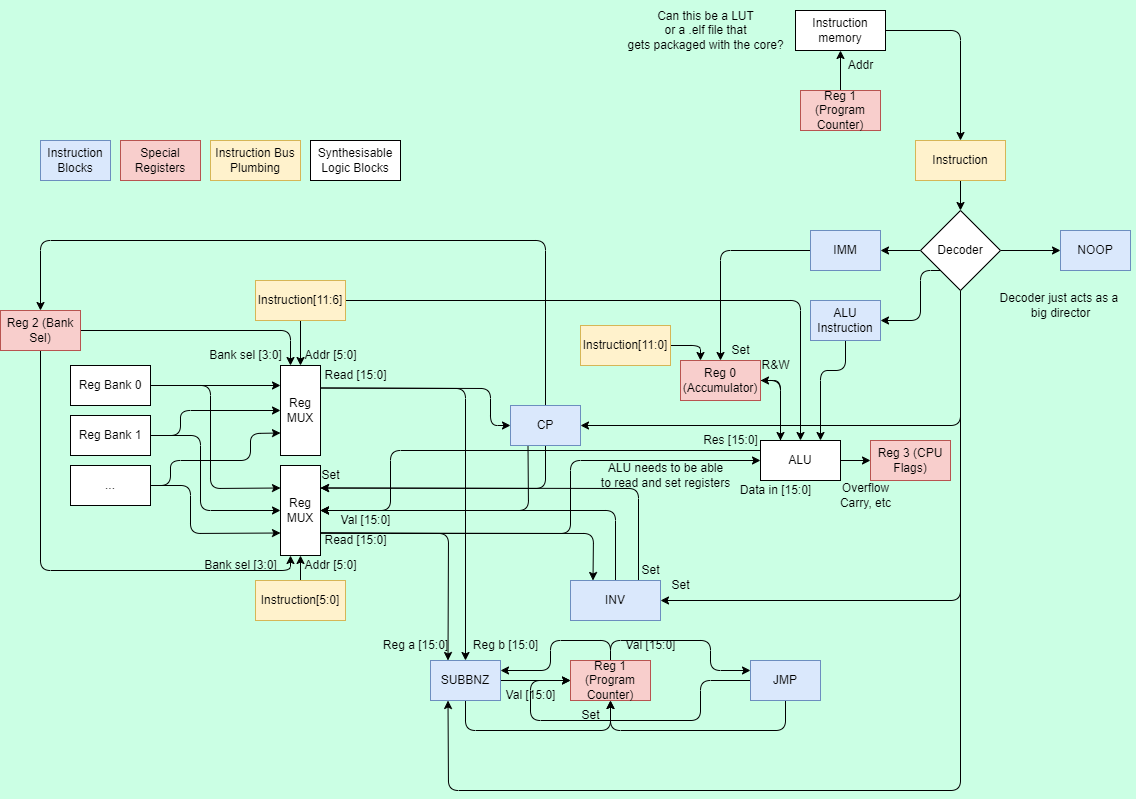
The draw.io diagram architecture.drawio.png in coding-beagle/TeagueProcessingUnit, before a commit. Source tidied: cells renumbered, new cells last; positions are measured from the earlier drawing's top-left corner, leaving out a move shared by most shapes.
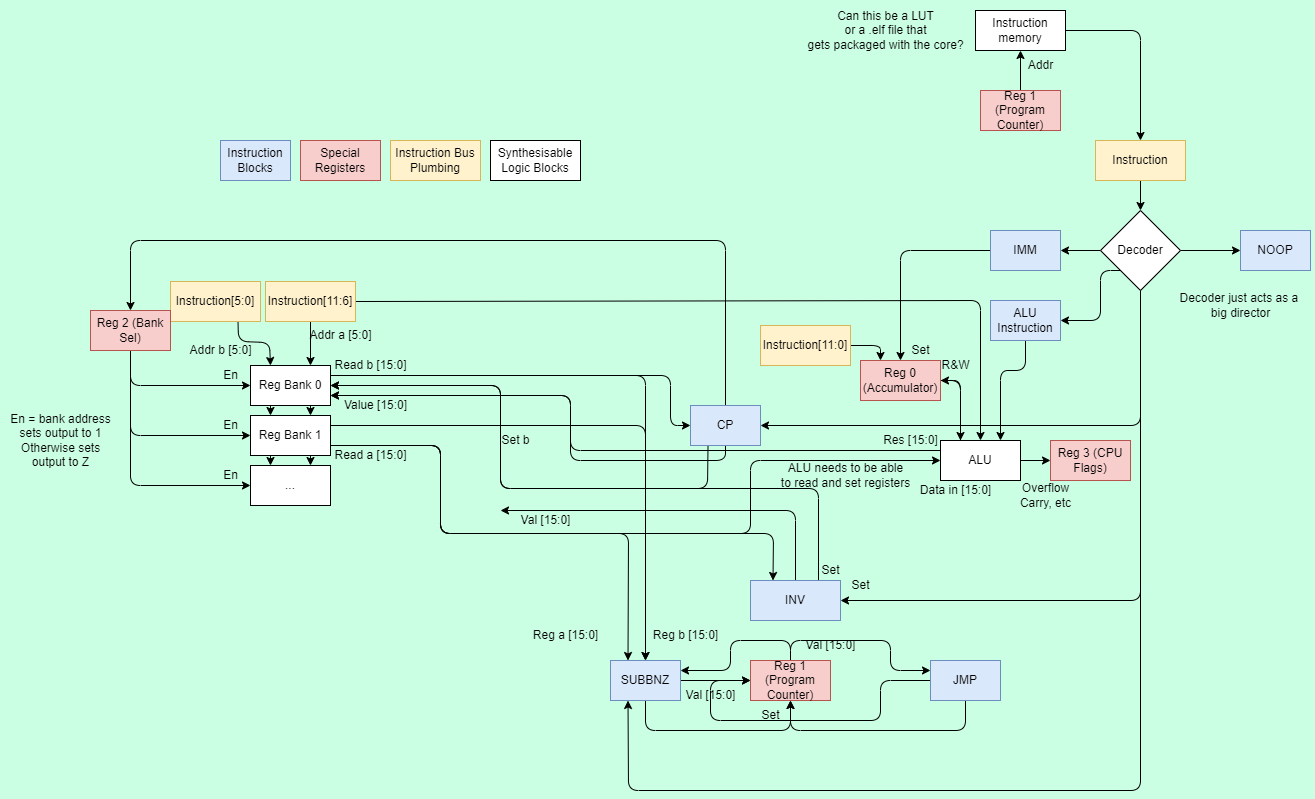
After the change.

Commit message:
update architecture to get rid of muxs

Change to the diagram source:
```diff
@@ -11,3 +11,3 @@
     </mxCell>
-    <mxCell id="3" style="edgeStyle=none;html=1;exitX=0;exitY=0.25;exitDx=0;exitDy=0;entryX=1;entryY=0.5;entryDx=0;entryDy=0;" parent="1" edge="1" source="5" target="20">
+    <mxCell id="3" style="edgeStyle=none;html=1;exitX=0;exitY=0.25;exitDx=0;exitDy=0;entryX=1;entryY=0.75;entryDx=0;entryDy=0;" parent="1" edge="1" source="5" target="10">
       <mxGeometry relative="1" as="geometry">
@@ -15,3 +15,3 @@
           <mxPoint x="390" y="450" />
-          <mxPoint x="390" y="510" />
+          <mxPoint x="390" y="395" />
         </Array>
@@ -25,6 +25,6 @@
     </mxCell>
-    <mxCell id="6" style="edgeStyle=none;html=1;exitX=1;exitY=0.25;exitDx=0;exitDy=0;entryX=0;entryY=0.5;entryDx=0;entryDy=0;" parent="1" edge="1" source="8" target="47">
+    <mxCell id="6" style="edgeStyle=none;html=1;exitX=1;exitY=0.25;exitDx=0;exitDy=0;entryX=0;entryY=0.5;entryDx=0;entryDy=0;" parent="1" edge="1" source="10" target="47">
       <mxGeometry relative="1" as="geometry">
         <Array as="points">
-          <mxPoint x="490" y="388" />
+          <mxPoint x="490" y="375" />
           <mxPoint x="490" y="425" />
@@ -33,6 +33,6 @@
     </mxCell>
-    <mxCell id="7" style="edgeStyle=none;html=1;exitX=1;exitY=0.25;exitDx=0;exitDy=0;entryX=0.5;entryY=0;entryDx=0;entryDy=0;" parent="1" edge="1" source="8" target="74">
+    <mxCell id="7" style="edgeStyle=none;html=1;exitX=1;exitY=0.25;exitDx=0;exitDy=0;entryX=0.5;entryY=0;entryDx=0;entryDy=0;" parent="1" edge="1" source="10" target="74">
       <mxGeometry relative="1" as="geometry">
         <Array as="points">
-          <mxPoint x="465" y="388" />
+          <mxPoint x="465" y="375" />
         </Array>
@@ -40,13 +40,8 @@
     </mxCell>
-    <mxCell id="8" value="Reg MUX" style="whiteSpace=wrap;html=1;" parent="1" vertex="1">
-      <mxGeometry x="280" y="365" width="40" height="90" as="geometry" />
-    </mxCell>
-    <mxCell id="9" style="edgeStyle=none;html=1;exitX=1;exitY=0.5;exitDx=0;exitDy=0;entryX=0;entryY=0.25;entryDx=0;entryDy=0;" parent="1" edge="1" source="10" target="20">
-      <mxGeometry relative="1" as="geometry">
-        <Array as="points">
-          <mxPoint x="210" y="385" />
-          <mxPoint x="210" y="488" />
-        </Array>
-      </mxGeometry>
-    </mxCell>
+    <mxCell id="98" style="edgeStyle=none;html=1;exitX=0.25;exitY=1;exitDx=0;exitDy=0;entryX=0.25;entryY=0;entryDx=0;entryDy=0;" parent="1" edge="1" source="10" target="13">
+      <mxGeometry relative="1" as="geometry" />
+    </mxCell>
+    <mxCell id="99" style="edgeStyle=none;html=1;exitX=0.75;exitY=1;exitDx=0;exitDy=0;entryX=0.75;entryY=0;entryDx=0;entryDy=0;" parent="1" edge="1" source="10" target="13">
+      <mxGeometry relative="1" as="geometry" />
+    </mxCell>
     <mxCell id="10" value="Reg Bank 0" style="whiteSpace=wrap;html=1;" parent="1" vertex="1">
@@ -54,18 +49,15 @@
     </mxCell>
-    <mxCell id="11" style="edgeStyle=none;html=1;exitX=1;exitY=0.5;exitDx=0;exitDy=0;entryX=0;entryY=0.5;entryDx=0;entryDy=0;" parent="1" edge="1" source="13" target="8">
-      <mxGeometry relative="1" as="geometry">
-        <Array as="points">
-          <mxPoint x="180" y="435" />
-          <mxPoint x="180" y="410" />
-        </Array>
-      </mxGeometry>
-    </mxCell>
-    <mxCell id="12" style="edgeStyle=none;html=1;exitX=1;exitY=0.5;exitDx=0;exitDy=0;entryX=0;entryY=0.5;entryDx=0;entryDy=0;" parent="1" edge="1" source="13" target="20">
-      <mxGeometry relative="1" as="geometry">
-        <Array as="points">
-          <mxPoint x="200" y="435" />
-          <mxPoint x="200" y="510" />
-        </Array>
-      </mxGeometry>
-    </mxCell>
+    <mxCell id="100" style="edgeStyle=none;html=1;exitX=0.25;exitY=1;exitDx=0;exitDy=0;entryX=0.25;entryY=0;entryDx=0;entryDy=0;" parent="1" edge="1" source="13" target="16">
+      <mxGeometry relative="1" as="geometry" />
+    </mxCell>
+    <mxCell id="101" style="edgeStyle=none;html=1;exitX=0.75;exitY=1;exitDx=0;exitDy=0;entryX=0.75;entryY=0;entryDx=0;entryDy=0;" parent="1" edge="1" source="13" target="16">
+      <mxGeometry relative="1" as="geometry" />
+    </mxCell>
+    <mxCell id="102" style="edgeStyle=none;html=1;exitX=1;exitY=0.25;exitDx=0;exitDy=0;entryX=0.5;entryY=0;entryDx=0;entryDy=0;" parent="1" edge="1" source="13" target="74">
+      <mxGeometry relative="1" as="geometry">
+        <Array as="points">
+          <mxPoint x="465" y="425" />
+        </Array>
+      </mxGeometry>
+    </mxCell>
     <mxCell id="13" value="Reg Bank 1" style="whiteSpace=wrap;html=1;" parent="1" vertex="1">
@@ -73,20 +65,2 @@
     </mxCell>
-    <mxCell id="14" style="edgeStyle=none;html=1;exitX=1;exitY=0.5;exitDx=0;exitDy=0;entryX=0;entryY=0.75;entryDx=0;entryDy=0;" parent="1" edge="1" source="16" target="8">
-      <mxGeometry relative="1" as="geometry">
-        <Array as="points">
-          <mxPoint x="170" y="485" />
-          <mxPoint x="170" y="460" />
-          <mxPoint x="250" y="460" />
-          <mxPoint x="250" y="433" />
-        </Array>
-      </mxGeometry>
-    </mxCell>
-    <mxCell id="15" style="edgeStyle=none;html=1;exitX=1;exitY=0.5;exitDx=0;exitDy=0;entryX=0;entryY=0.75;entryDx=0;entryDy=0;" parent="1" edge="1" source="16" target="20">
-      <mxGeometry relative="1" as="geometry">
-        <Array as="points">
-          <mxPoint x="190" y="485" />
-          <mxPoint x="190" y="533" />
-        </Array>
-      </mxGeometry>
-    </mxCell>
     <mxCell id="16" value="..." style="whiteSpace=wrap;html=1;" parent="1" vertex="1">
@@ -94,6 +68,7 @@
     </mxCell>
-    <mxCell id="17" style="edgeStyle=none;html=1;exitX=1;exitY=0.75;exitDx=0;exitDy=0;entryX=0;entryY=0.5;entryDx=0;entryDy=0;" parent="1" edge="1" source="20" target="5">
+    <mxCell id="17" style="edgeStyle=none;html=1;entryX=0;entryY=0.5;entryDx=0;entryDy=0;exitX=1;exitY=0.75;exitDx=0;exitDy=0;" parent="1" edge="1" source="13" target="5">
       <mxGeometry relative="1" as="geometry">
         <Array as="points">
-          <mxPoint x="390" y="533" />
+          <mxPoint x="260" y="445" />
+          <mxPoint x="260" y="533" />
           <mxPoint x="570" y="533" />
@@ -103,5 +78,7 @@
     </mxCell>
-    <mxCell id="18" style="edgeStyle=none;html=1;exitX=1;exitY=0.75;exitDx=0;exitDy=0;entryX=0.25;entryY=0;entryDx=0;entryDy=0;" parent="1" edge="1" source="20" target="56">
+    <mxCell id="18" style="edgeStyle=none;html=1;exitX=1;exitY=0.75;exitDx=0;exitDy=0;entryX=0.25;entryY=0;entryDx=0;entryDy=0;" parent="1" edge="1" source="13" target="56">
       <mxGeometry relative="1" as="geometry">
         <Array as="points">
+          <mxPoint x="260" y="445" />
+          <mxPoint x="260" y="533" />
           <mxPoint x="593" y="533" />
@@ -110,5 +87,7 @@
     </mxCell>
-    <mxCell id="19" style="edgeStyle=none;html=1;exitX=1;exitY=0.75;exitDx=0;exitDy=0;entryX=0.25;entryY=0;entryDx=0;entryDy=0;" parent="1" edge="1" source="20" target="74">
+    <mxCell id="19" style="edgeStyle=none;html=1;entryX=0.25;entryY=0;entryDx=0;entryDy=0;exitX=1;exitY=0.75;exitDx=0;exitDy=0;" parent="1" edge="1" source="13" target="74">
       <mxGeometry relative="1" as="geometry">
         <Array as="points">
+          <mxPoint x="260" y="445" />
+          <mxPoint x="260" y="533" />
           <mxPoint x="448" y="533" />
@@ -117,11 +96,3 @@
     </mxCell>
-    <mxCell id="20" value="Reg MUX" style="whiteSpace=wrap;html=1;" parent="1" vertex="1">
-      <mxGeometry x="280" y="465" width="40" height="90" as="geometry" />
-    </mxCell>
-    <mxCell id="21" style="edgeStyle=none;html=1;exitX=1;exitY=0.5;exitDx=0;exitDy=0;" parent="1" edge="1" source="10">
-      <mxGeometry relative="1" as="geometry">
-        <mxPoint x="280" y="385" as="targetPoint" />
-      </mxGeometry>
-    </mxCell>
-    <mxCell id="22" style="edgeStyle=none;html=1;exitX=0.5;exitY=1;exitDx=0;exitDy=0;entryX=0.5;entryY=0;entryDx=0;entryDy=0;" parent="1" edge="1" source="24" target="8">
+    <mxCell id="22" style="edgeStyle=none;html=1;exitX=0.5;exitY=1;exitDx=0;exitDy=0;entryX=0.75;entryY=0;entryDx=0;entryDy=0;" parent="1" edge="1" source="24" target="10">
       <mxGeometry relative="1" as="geometry" />
@@ -136,9 +107,14 @@
     <mxCell id="24" value="Instruction[11:6]" style="whiteSpace=wrap;html=1;fillColor=#fff2cc;strokeColor=#d6b656;" parent="1" vertex="1">
-      <mxGeometry x="255" y="280" width="90" height="40" as="geometry" />
+      <mxGeometry x="85" y="281" width="90" height="40" as="geometry" />
     </mxCell>
-    <mxCell id="25" style="edgeStyle=none;html=1;exitX=0.5;exitY=0;exitDx=0;exitDy=0;entryX=0.5;entryY=1;entryDx=0;entryDy=0;" parent="1" edge="1" source="26" target="20">
-      <mxGeometry relative="1" as="geometry" />
+    <mxCell id="25" style="edgeStyle=none;html=1;exitX=0.75;exitY=1;exitDx=0;exitDy=0;entryX=0.25;entryY=0;entryDx=0;entryDy=0;" parent="1" edge="1" source="26" target="10">
+      <mxGeometry relative="1" as="geometry">
+        <Array as="points">
+          <mxPoint x="58" y="341" />
+          <mxPoint x="89" y="342" />
+        </Array>
+      </mxGeometry>
     </mxCell>
     <mxCell id="26" value="Instruction[5:0]" style="whiteSpace=wrap;html=1;fillColor=#fff2cc;strokeColor=#d6b656;" parent="1" vertex="1">
-      <mxGeometry x="255" y="580" width="90" height="40" as="geometry" />
+      <mxGeometry x="-10" y="281" width="90" height="40" as="geometry" />
     </mxCell>
@@ -225,6 +201,8 @@
     </mxCell>
-    <mxCell id="44" style="edgeStyle=none;html=1;exitX=0.25;exitY=1;exitDx=0;exitDy=0;entryX=1;entryY=0.5;entryDx=0;entryDy=0;" parent="1" edge="1" source="47" target="20">
+    <mxCell id="44" style="edgeStyle=none;html=1;exitX=0.25;exitY=1;exitDx=0;exitDy=0;entryX=1;entryY=0.5;entryDx=0;entryDy=0;" parent="1" edge="1" source="47" target="10">
       <mxGeometry relative="1" as="geometry">
         <Array as="points">
-          <mxPoint x="528" y="510" />
+          <mxPoint x="527" y="488" />
+          <mxPoint x="320" y="488" />
+          <mxPoint x="320" y="385" />
         </Array>
@@ -236,3 +214,3 @@
           <mxPoint x="545" y="240" />
-          <mxPoint x="40" y="240" />
+          <mxPoint x="-50" y="240" />
         </Array>
@@ -240,6 +218,8 @@
     </mxCell>
-    <mxCell id="46" style="edgeStyle=none;html=1;exitX=0.5;exitY=1;exitDx=0;exitDy=0;entryX=1;entryY=0.25;entryDx=0;entryDy=0;" parent="1" edge="1" source="47" target="20">
+    <mxCell id="46" style="edgeStyle=none;html=1;exitX=0.5;exitY=1;exitDx=0;exitDy=0;entryX=1;entryY=0.75;entryDx=0;entryDy=0;" parent="1" edge="1" source="47" target="10">
       <mxGeometry relative="1" as="geometry">
         <Array as="points">
-          <mxPoint x="545" y="488" />
+          <mxPoint x="545" y="460" />
+          <mxPoint x="390" y="460" />
+          <mxPoint x="390" y="395" />
         </Array>
@@ -264,21 +244,27 @@
     </mxCell>
-    <mxCell id="51" style="edgeStyle=none;html=1;exitX=1;exitY=0.5;exitDx=0;exitDy=0;entryX=0.25;entryY=0;entryDx=0;entryDy=0;" parent="1" edge="1" source="53" target="8">
-      <mxGeometry relative="1" as="geometry">
-        <Array as="points">
-          <mxPoint x="290" y="330" />
-        </Array>
-      </mxGeometry>
-    </mxCell>
-    <mxCell id="52" style="edgeStyle=none;html=1;exitX=0.5;exitY=1;exitDx=0;exitDy=0;entryX=0.25;entryY=1;entryDx=0;entryDy=0;" parent="1" edge="1" source="53" target="20">
-      <mxGeometry relative="1" as="geometry">
-        <Array as="points">
-          <mxPoint x="40" y="570" />
-          <mxPoint x="290" y="570" />
-        </Array>
-      </mxGeometry>
-    </mxCell>
+    <mxCell id="103" style="edgeStyle=none;html=1;exitX=0.5;exitY=1;exitDx=0;exitDy=0;entryX=0;entryY=0.5;entryDx=0;entryDy=0;" parent="1" edge="1" source="53" target="10">
+      <mxGeometry relative="1" as="geometry">
+        <Array as="points">
+          <mxPoint x="-50" y="385" />
+        </Array>
+      </mxGeometry>
+    </mxCell>
+    <mxCell id="104" style="edgeStyle=none;html=1;exitX=0.5;exitY=1;exitDx=0;exitDy=0;entryX=0;entryY=0.5;entryDx=0;entryDy=0;" parent="1" edge="1" source="53" target="13">
+      <mxGeometry relative="1" as="geometry">
+        <Array as="points">
+          <mxPoint x="-50" y="435" />
+        </Array>
+      </mxGeometry>
+    </mxCell>
+    <mxCell id="105" style="edgeStyle=none;html=1;exitX=0.5;exitY=1;exitDx=0;exitDy=0;entryX=0;entryY=0.5;entryDx=0;entryDy=0;" parent="1" edge="1" source="53" target="16">
+      <mxGeometry relative="1" as="geometry">
+        <Array as="points">
+          <mxPoint x="-50" y="485" />
+        </Array>
+      </mxGeometry>
+    </mxCell>
     <mxCell id="53" value="Reg 2 (Bank Sel)" style="whiteSpace=wrap;html=1;fillColor=#f8cecc;strokeColor=#b85450;" parent="1" vertex="1">
-      <mxGeometry y="310" width="80" height="40" as="geometry" />
+      <mxGeometry x="-90" y="310" width="80" height="40" as="geometry" />
     </mxCell>
-    <mxCell id="54" style="edgeStyle=none;html=1;entryX=1;entryY=0.25;entryDx=0;entryDy=0;" parent="1" edge="1" target="20">
+    <mxCell id="54" style="edgeStyle=none;html=1;entryX=1;entryY=0.5;entryDx=0;entryDy=0;" parent="1" edge="1" target="10">
       <mxGeometry relative="1" as="geometry">
@@ -287,2 +273,4 @@
           <mxPoint x="638" y="488" />
+          <mxPoint x="320" y="488" />
+          <mxPoint x="320" y="385" />
         </Array>
@@ -290,4 +278,5 @@
     </mxCell>
-    <mxCell id="55" style="edgeStyle=none;html=1;exitX=0.5;exitY=0;exitDx=0;exitDy=0;entryX=1;entryY=0.5;entryDx=0;entryDy=0;" parent="1" edge="1" source="56" target="20">
+    <mxCell id="55" style="edgeStyle=none;html=1;exitX=0.5;exitY=0;exitDx=0;exitDy=0;entryX=1;entryY=0.5;entryDx=0;entryDy=0;" parent="1" edge="1" source="56">
       <mxGeometry relative="1" as="geometry">
+        <mxPoint x="320" y="510" as="targetPoint" />
         <Array as="points">
@@ -300,8 +289,5 @@
     </mxCell>
-    <mxCell id="57" value="Read [15:0]" style="text;html=1;align=center;verticalAlign=middle;strokeColor=none;fillColor=none;" parent="1" vertex="1">
-      <mxGeometry x="310" y="360" width="90" height="30" as="geometry" />
+    <mxCell id="57" value="Read b [15:0]" style="text;html=1;align=center;verticalAlign=middle;strokeColor=none;fillColor=none;" parent="1" vertex="1">
+      <mxGeometry x="140" y="350" width="100" height="30" as="geometry" />
     </mxCell>
-    <mxCell id="58" value="Read [15:0]" style="text;html=1;align=center;verticalAlign=middle;strokeColor=none;fillColor=none;" parent="1" vertex="1">
-      <mxGeometry x="310" y="525" width="90" height="30" as="geometry" />
-    </mxCell>
     <mxCell id="59" value="Val [15:0]" style="text;html=1;align=center;verticalAlign=middle;strokeColor=none;fillColor=none;" parent="1" vertex="1">
@@ -309,11 +295,5 @@
     </mxCell>
-    <mxCell id="60" value="Bank sel [3:0]" style="text;html=1;align=center;verticalAlign=middle;strokeColor=none;fillColor=none;" parent="1" vertex="1">
-      <mxGeometry x="195" y="340" width="100" height="30" as="geometry" />
-    </mxCell>
-    <mxCell id="61" value="Addr [5:0]" style="text;html=1;align=center;verticalAlign=middle;strokeColor=none;fillColor=none;" parent="1" vertex="1">
-      <mxGeometry x="290" y="340" width="80" height="30" as="geometry" />
+    <mxCell id="61" value="Addr a [5:0]" style="text;html=1;align=center;verticalAlign=middle;strokeColor=none;fillColor=none;" parent="1" vertex="1">
+      <mxGeometry x="115" y="320" width="90" height="30" as="geometry" />
     </mxCell>
-    <mxCell id="62" value="Bank sel [3:0]" style="text;html=1;align=center;verticalAlign=middle;strokeColor=none;fillColor=none;" parent="1" vertex="1">
-      <mxGeometry x="190" y="550" width="100" height="30" as="geometry" />
-    </mxCell>
     <mxCell id="63" style="edgeStyle=none;html=1;" parent="1" edge="1" target="56">
@@ -323,8 +303,2 @@
     </mxCell>
-    <mxCell id="64" value="Addr [5:0]" style="text;html=1;align=center;verticalAlign=middle;strokeColor=none;fillColor=none;" parent="1" vertex="1">
-      <mxGeometry x="290" y="550" width="80" height="30" as="geometry" />
-    </mxCell>
-    <mxCell id="65" value="Set" style="text;html=1;align=center;verticalAlign=middle;strokeColor=none;fillColor=none;" parent="1" vertex="1">
-      <mxGeometry x="310" y="460" width="40" height="30" as="geometry" />
-    </mxCell>
     <mxCell id="66" value="Data in [15:0]" style="text;html=1;align=center;verticalAlign=middle;strokeColor=none;fillColor=none;" parent="1" vertex="1">
@@ -362,6 +336,6 @@
     <mxCell id="75" value="Reg a [15:0]" style="text;html=1;align=center;verticalAlign=middle;strokeColor=none;fillColor=none;" parent="1" vertex="1">
-      <mxGeometry x="370" y="630" width="90" height="30" as="geometry" />
+      <mxGeometry x="340" y="620" width="90" height="30" as="geometry" />
     </mxCell>
     <mxCell id="76" value="Reg b [15:0]" style="text;html=1;align=center;verticalAlign=middle;strokeColor=none;fillColor=none;" parent="1" vertex="1">
-      <mxGeometry x="460" y="630" width="90" height="30" as="geometry" />
+      <mxGeometry x="460" y="620" width="90" height="30" as="geometry" />
     </mxCell>
@@ -458,2 +432,26 @@
     </mxCell>
+    <mxCell id="106" value="En" style="text;html=1;align=center;verticalAlign=middle;strokeColor=none;fillColor=none;" parent="1" vertex="1">
+      <mxGeometry x="30" y="360" width="40" height="30" as="geometry" />
+    </mxCell>
+    <mxCell id="107" value="En = bank address&lt;br&gt;sets output to 1&lt;div&gt;Otherwise sets&lt;/div&gt;&lt;div&gt;output to Z&lt;/div&gt;" style="text;html=1;align=center;verticalAlign=middle;strokeColor=none;fillColor=none;" parent="1" vertex="1">
+      <mxGeometry x="-180" y="405" width="120" height="70" as="geometry" />
+    </mxCell>
+    <mxCell id="108" value="En" style="text;html=1;align=center;verticalAlign=middle;strokeColor=none;fillColor=none;" parent="1" vertex="1">
+      <mxGeometry x="30" y="410" width="40" height="30" as="geometry" />
+    </mxCell>
+    <mxCell id="109" value="En" style="text;html=1;align=center;verticalAlign=middle;strokeColor=none;fillColor=none;" parent="1" vertex="1">
+      <mxGeometry x="30" y="460" width="40" height="30" as="geometry" />
+    </mxCell>
+    <mxCell id="110" value="Addr b [5:0]" style="text;html=1;align=center;verticalAlign=middle;strokeColor=none;fillColor=none;" parent="1" vertex="1">
+      <mxGeometry x="-5" y="335" width="90" height="30" as="geometry" />
+    </mxCell>
+    <mxCell id="111" value="Set b" style="text;html=1;align=center;verticalAlign=middle;strokeColor=none;fillColor=none;" parent="1" vertex="1">
+      <mxGeometry x="310" y="425" width="50" height="30" as="geometry" />
+    </mxCell>
+    <mxCell id="112" value="Read a [15:0]" style="text;html=1;align=center;verticalAlign=middle;strokeColor=none;fillColor=none;" parent="1" vertex="1">
+      <mxGeometry x="140" y="440" width="100" height="30" as="geometry" />
+    </mxCell>
+    <mxCell id="113" value="Value [15:0]" style="text;html=1;align=center;verticalAlign=middle;strokeColor=none;fillColor=none;" parent="1" vertex="1">
+      <mxGeometry x="150" y="390" width="90" height="30" as="geometry" />
+    </mxCell>
   </root>
```
